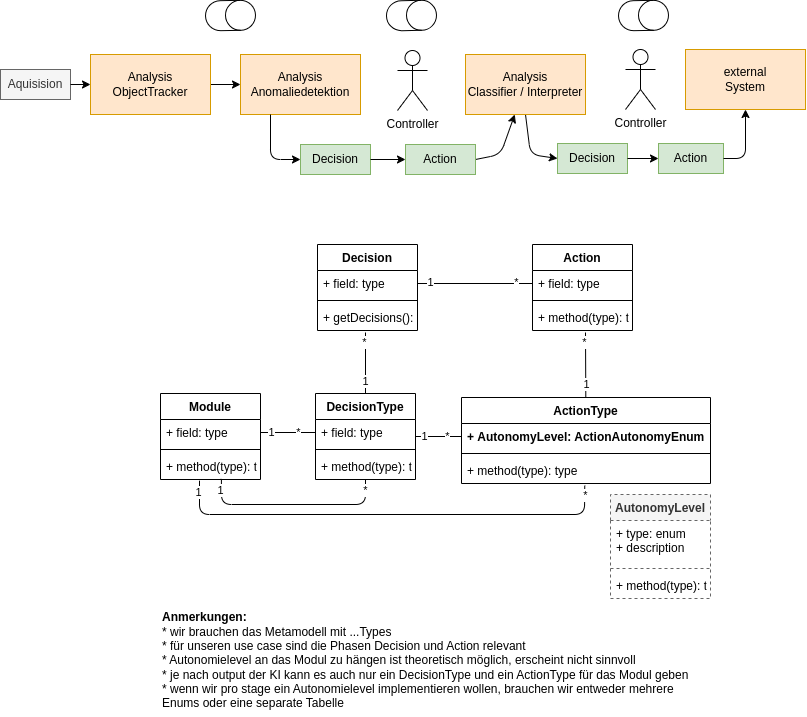
The draw.io diagram doc/simplified-model.png in KI-Cockpit/ai-cockpit-api, before a commit. Source tidied: cells renumbered, new cells last; positions are measured from the earlier drawing's top-left corner, leaving out a move shared by most shapes.
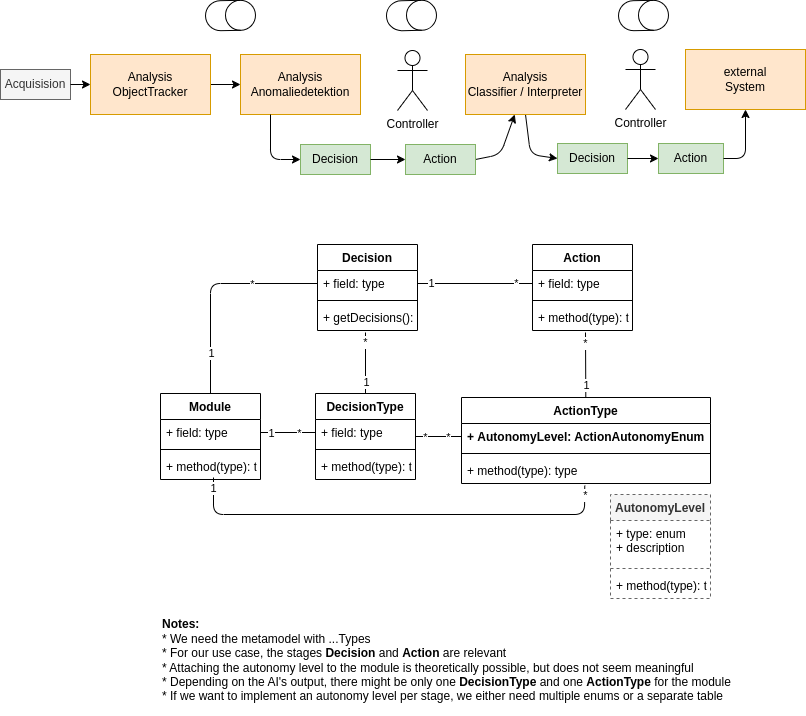
Above is the later version.

Change to the diagram source:
```diff
@@ -38,7 +38,7 @@
     <mxCell id="13" value="*" style="edgeLabel;html=1;align=center;verticalAlign=middle;" parent="12" vertex="1">
       <mxGeometry x="0.39" relative="1" as="geometry" />
     </mxCell>
-    <mxCell id="14" value="1" style="edgeLabel;html=1;align=center;verticalAlign=middle;" parent="12" vertex="1">
+    <mxCell id="14" value="*" style="edgeLabel;html=1;align=center;verticalAlign=middle;" parent="12" vertex="1">
       <mxGeometry x="-0.62" relative="1" as="geometry" />
     </mxCell>
     <mxCell id="15" style="group;" parent="1" vertex="1">
@@ -110,7 +110,7 @@
     <mxCell id="31" value="Action" style="rounded=0;whiteSpace=wrap;html=1;fillColor=#d5e8d4;strokeColor=#82b366;" parent="1" vertex="1">
       <mxGeometry x="405" y="154" width="70" height="30" as="geometry" />
     </mxCell>
-    <mxCell id="32" value="Aquisision" style="rounded=0;whiteSpace=wrap;html=1;fillColor=#f5f5f5;fontColor=#333333;strokeColor=#666666;" parent="1" vertex="1">
+    <mxCell id="32" value="Acquisision" style="rounded=0;whiteSpace=wrap;html=1;fillColor=#f5f5f5;fontColor=#333333;strokeColor=#666666;" parent="1" vertex="1">
       <mxGeometry y="79" width="70" height="30" as="geometry" />
     </mxCell>
     <mxCell id="33" style="endArrow=classic;html=1;entryX=0;entryY=0.5;entryDx=0;entryDy=0;" parent="1" edge="1" source="35" target="16">
@@ -135,10 +135,10 @@
     <mxCell id="38" style="shape=cylinder3;whiteSpace=wrap;html=1;boundedLbl=1;backgroundOutline=1;size=15;rotation=89;" parent="1" vertex="1">
       <mxGeometry x="215" width="30" height="50" as="geometry" />
     </mxCell>
-    <mxCell id="39" style="endArrow=none;html=1;entryX=0.495;entryY=1.083;entryDx=0;entryDy=0;entryPerimeter=0;exitX=0.39;exitY=1.045;exitDx=0;exitDy=0;exitPerimeter=0;" parent="1" edge="1" source="8" target="65">
+    <mxCell id="39" style="endArrow=none;html=1;entryX=0.495;entryY=1.083;entryDx=0;entryDy=0;entryPerimeter=0;exitX=0.53;exitY=0.923;exitDx=0;exitDy=0;exitPerimeter=0;" parent="1" edge="1" source="8" target="65">
       <mxGeometry relative="1" as="geometry">
         <Array as="points">
-          <mxPoint x="199" y="524" />
+          <mxPoint x="213" y="524" />
           <mxPoint x="584" y="524" />
         </Array>
       </mxGeometry>
@@ -160,26 +160,8 @@
     <mxCell id="44" value="1" style="edgeLabel;html=1;align=center;verticalAlign=middle;" parent="42" vertex="1">
       <mxGeometry x="-0.77" y="1" relative="1" as="geometry" />
     </mxCell>
-    <mxCell id="45" style="endArrow=none;html=1;entryX=0.5;entryY=1;entryDx=0;entryDy=0;exitX=0.609;exitY=0.977;exitDx=0;exitDy=0;exitPerimeter=0;" parent="1" edge="1" source="8" target="58">
-      <mxGeometry relative="1" as="geometry">
-        <Array as="points">
-          <mxPoint x="221" y="514" />
-          <mxPoint x="365" y="514" />
-        </Array>
-      </mxGeometry>
-    </mxCell>
-    <mxCell id="46" value="*" style="edgeLabel;html=1;align=center;verticalAlign=middle;" parent="45" vertex="1">
-      <mxGeometry x="0.96" relative="1" as="geometry">
-        <mxPoint y="6" as="offset" />
-      </mxGeometry>
-    </mxCell>
-    <mxCell id="47" value="1" style="edgeLabel;html=1;align=center;verticalAlign=middle;" parent="45" vertex="1">
-      <mxGeometry x="-0.95" y="-1" relative="1" as="geometry">
-        <mxPoint y="6" as="offset" />
-      </mxGeometry>
-    </mxCell>
-    <mxCell id="48" value="&lt;b&gt;Anmerkungen:&amp;nbsp;&lt;/b&gt;&lt;br&gt;* wir brauchen das Metamodell mit ...Types&lt;br&gt;* für unseren use case sind die Phasen Decision und Action relevant&lt;br&gt;* Autonomielevel an das Modul zu hängen ist theoretisch möglich, erscheint nicht sinnvoll&lt;br&gt;* je nach output der KI kann es auch nur ein DecisionType und ein ActionType für das Modul geben&lt;br&gt;* wenn wir pro stage ein Autonomielevel implementieren wollen, brauchen wir entweder mehrere Enums oder eine separate Tabelle" style="text;html=1;strokeColor=none;fillColor=none;align=left;verticalAlign=middle;whiteSpace=wrap;rounded=0;" parent="1" vertex="1">
-      <mxGeometry x="160" y="615" width="540" height="110" as="geometry" />
+    <mxCell id="48" value="&lt;b&gt;Notes:&amp;nbsp;&lt;br&gt;&lt;/b&gt;&lt;span style=&quot;background-color: transparent;&quot;&gt;* We need the metamodel with ...Types&lt;br&gt;&lt;/span&gt;&lt;span style=&quot;background-color: transparent;&quot;&gt;* For our use case, the stages&amp;nbsp;&lt;/span&gt;&lt;strong style=&quot;background-color: transparent;&quot;&gt;Decision&lt;/strong&gt;&lt;span style=&quot;background-color: transparent;&quot;&gt; and &lt;/span&gt;&lt;strong style=&quot;background-color: transparent;&quot;&gt;Action&lt;/strong&gt;&lt;span style=&quot;background-color: transparent;&quot;&gt; are relevant&lt;/span&gt;&lt;div&gt;&lt;span style=&quot;background-color: transparent;&quot;&gt;* Attaching the autonomy level to the module is theoretically possible, but does not seem meaningful&lt;br&gt;&lt;/span&gt;&lt;span style=&quot;background-color: transparent;&quot;&gt;* Depending on the AI's output, there might be only one &lt;/span&gt;&lt;strong style=&quot;background-color: transparent;&quot;&gt;DecisionType&lt;/strong&gt;&lt;span style=&quot;background-color: transparent;&quot;&gt; and one &lt;/span&gt;&lt;strong style=&quot;background-color: transparent;&quot;&gt;ActionType&lt;/strong&gt;&lt;span style=&quot;background-color: transparent;&quot;&gt; for the module&lt;/span&gt;&lt;/div&gt;&lt;div&gt;&lt;span style=&quot;background-color: transparent;&quot;&gt;* If we want to implement an autonomy level per stage, we either need multiple enums or a separate table&lt;/span&gt;&lt;/div&gt;" style="text;html=1;strokeColor=none;fillColor=none;align=left;verticalAlign=middle;whiteSpace=wrap;rounded=0;" parent="1" vertex="1">
+      <mxGeometry x="160" y="615" width="580" height="110" as="geometry" />
     </mxCell>
     <mxCell id="49" value="AutonomyLevel" style="swimlane;fontStyle=1;align=center;verticalAlign=top;horizontal=1;startSize=26;fillColor=#f5f5f5;strokeColor=#666666;fontColor=#333333;dashed=1;" parent="1" vertex="1">
       <mxGeometry x="610" y="504" width="100" height="104" as="geometry" />
@@ -193,6 +175,19 @@
     <mxCell id="52" value="+ method(type): type" style="text;strokeColor=none;fillColor=none;align=left;verticalAlign=top;spacingLeft=4;spacingRight=4;overflow=hidden;" parent="49" vertex="1">
       <mxGeometry y="78" width="100" height="26" as="geometry" />
     </mxCell>
+    <mxCell id="73" style="endArrow=none;html=1;entryX=0;entryY=0.5;entryDx=0;entryDy=0;exitX=0.5;exitY=0;exitDx=0;exitDy=0;" parent="1" edge="1" source="5" target="55">
+      <mxGeometry relative="1" as="geometry">
+        <Array as="points">
+          <mxPoint x="210" y="293" />
+        </Array>
+      </mxGeometry>
+    </mxCell>
+    <mxCell id="46" value="*" style="edgeLabel;html=1;align=center;verticalAlign=middle;" parent="73" vertex="1">
+      <mxGeometry x="0.39" relative="1" as="geometry" />
+    </mxCell>
+    <mxCell id="47" value="1" style="edgeLabel;html=1;align=center;verticalAlign=middle;" parent="73" vertex="1">
+      <mxGeometry x="-0.62" relative="1" as="geometry" />
+    </mxCell>
     <mxCell id="53" parent="0" />
     <mxCell id="54" value="Decision" style="swimlane;fontStyle=1;align=center;verticalAlign=top;horizontal=1;startSize=26;" parent="53" vertex="1">
       <mxGeometry x="317" y="254" width="100" height="86" as="geometry" />
```
